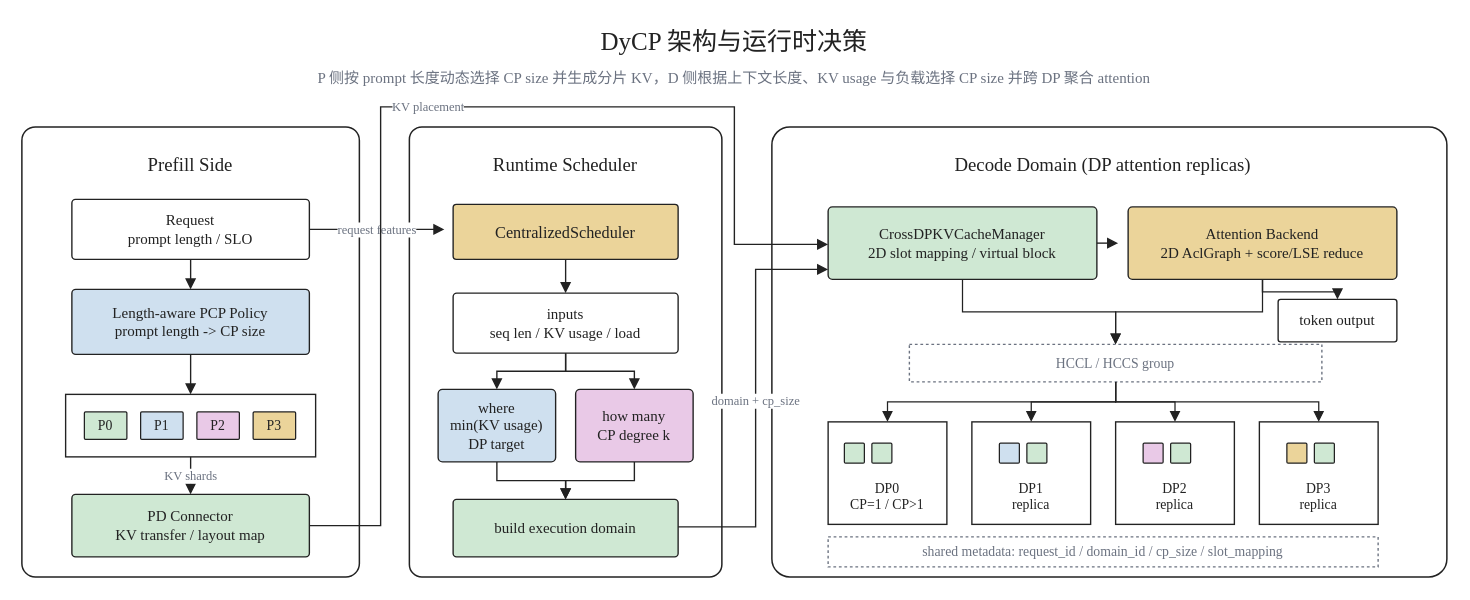
Before: Drawio/fig-dycp-system-architecture.drawio in Kurumi5210/ucasproposal, a draw.io diagram. Source tidied: cells renumbered, new cells numbered last; positions are measured from the earlier drawing's top-left corner, leaving out a move shared by most shapes. Both pictures are drawn from the tidied source at 125%, with x=0, y=0 at pixel (21, 21).
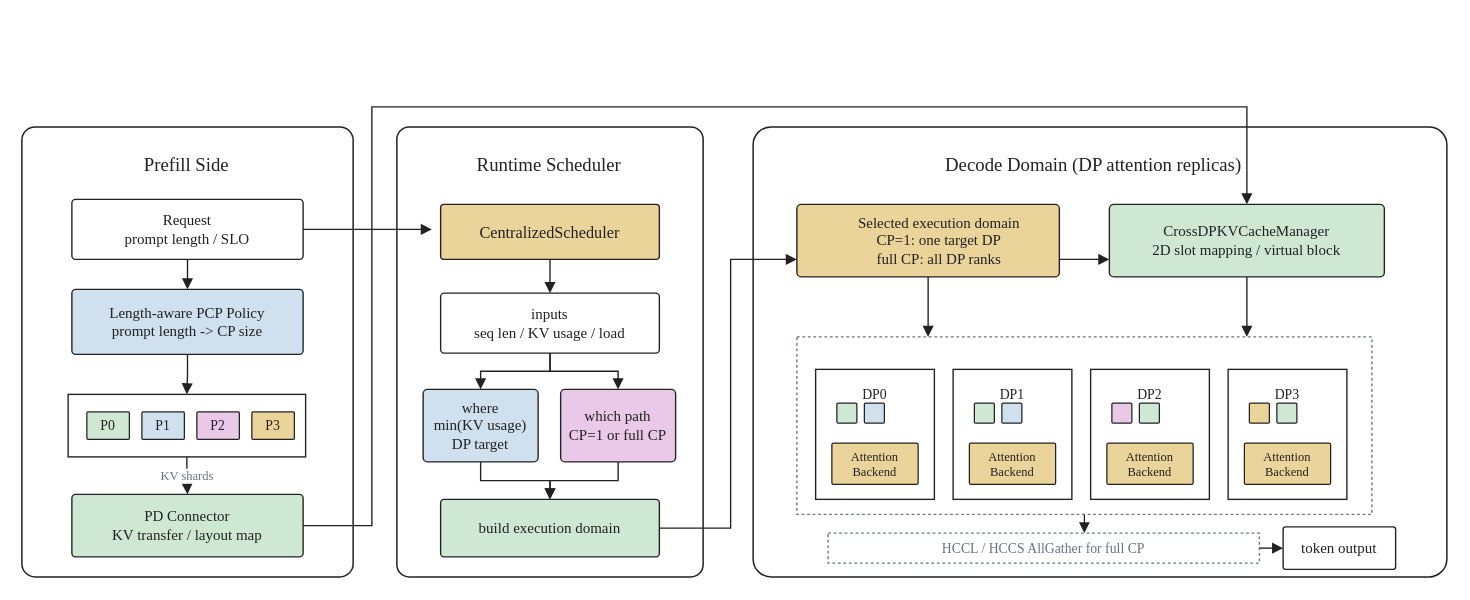
Above is the later version.

Diff of the diagram source:
```diff
@@
-    <mxCell id="2" value="DyCP 架构与运行时决策" style="text;html=1;strokeColor=none;fillColor=none;align=center;verticalAlign=middle;whiteSpace=wrap;fontSize=20;fontFamily=Times New Roman;fontColor=#222222;" parent="1" vertex="1">
-      <mxGeometry x="370" width="400" height="30" as="geometry" />
-    </mxCell>
-    <mxCell id="3" value="P 侧按 prompt 长度动态选择 CP size 并生成分片 KV，D 侧根据上下文长度、KV usage 与负载选择 CP size 并跨 DP 聚合 attention" style="text;html=1;strokeColor=none;fillColor=none;align=center;verticalAlign=middle;whiteSpace=wrap;fontSize=12;fontFamily=Times New Roman;fontColor=#6B7280;" parent="1" vertex="1">
-      <mxGeometry x="185" y="34" width="770" height="22" as="geometry" />
-    </mxCell>
     <mxCell id="4" style="rounded=1;arcSize=4;whiteSpace=wrap;html=1;fillColor=#FFFFFF;strokeColor=#222222;strokeWidth=1.2;" parent="1" vertex="1">
-      <mxGeometry y="84" width="270" height="360" as="geometry" />
+      <mxGeometry y="84" width="265" height="360" as="geometry" />
     </mxCell>
     <mxCell id="5" value="Prefill Side" style="text;html=1;strokeColor=none;fillColor=none;align=center;verticalAlign=middle;whiteSpace=wrap;fontSize=15;fontFamily=Times New Roman;fontColor=#222222;" parent="1" vertex="1">
-      <mxGeometry x="60" y="102" width="150" height="24" as="geometry" />
+      <mxGeometry x="57" y="102" width="150" height="24" as="geometry" />
     </mxCell>
     <mxCell id="6" value="Request&lt;br&gt;prompt length / SLO" style="rounded=1;arcSize=6;whiteSpace=wrap;html=1;fillColor=#FFFFFF;strokeColor=#222222;strokeWidth=1.1;fontSize=12;fontFamily=Times New Roman;fontColor=#222222;" parent="1" vertex="1">
-      <mxGeometry x="40" y="142" width="190" height="48" as="geometry" />
+      <mxGeometry x="40" y="142" width="185" height="48" as="geometry" />
     </mxCell>
     <mxCell id="7" value="Length-aware PCP Policy&lt;br&gt;prompt length -&gt; CP size" style="rounded=1;arcSize=6;whiteSpace=wrap;html=1;fillColor=#CFE0EF;strokeColor=#222222;strokeWidth=1.1;fontSize=12;fontFamily=Times New Roman;fontColor=#222222;" parent="1" vertex="1">
-      <mxGeometry x="40" y="214" width="190" height="52" as="geometry" />
+      <mxGeometry x="40" y="214" width="185" height="52" as="geometry" />
     </mxCell>
     <mxCell id="8" style="rounded=0;whiteSpace=wrap;html=1;fillColor=#FFFFFF;strokeColor=#222222;strokeWidth=1.1;" parent="1" vertex="1">
-      <mxGeometry x="35" y="298" width="200" height="50" as="geometry" />
+      <mxGeometry x="37" y="298" width="190" height="50" as="geometry" />
     </mxCell>
     <mxCell id="9" value="P0" style="rounded=1;arcSize=4;whiteSpace=wrap;html=1;fillColor=#CFE8D3;strokeColor=#222222;strokeWidth=1.0;fontSize=11;fontFamily=Times New Roman;fontColor=#222222;" parent="1" vertex="1">
-      <mxGeometry x="50" y="312" width="34" height="22" as="geometry" />
+      <mxGeometry x="52" y="312" width="34" height="22" as="geometry" />
     </mxCell>
     <mxCell id="10" value="P1" style="rounded=1;arcSize=4;whiteSpace=wrap;html=1;fillColor=#CFE0EF;strokeColor=#222222;strokeWidth=1.0;fontSize=11;fontFamily=Times New Roman;fontColor=#222222;" parent="1" vertex="1">
-      <mxGeometry x="95" y="312" width="34" height="22" as="geometry" />
+      <mxGeometry x="96" y="312" width="34" height="22" as="geometry" />
     </mxCell>
@@
     <mxCell id="12" value="P3" style="rounded=1;arcSize=4;whiteSpace=wrap;html=1;fillColor=#EBD49A;strokeColor=#222222;strokeWidth=1.0;fontSize=11;fontFamily=Times New Roman;fontColor=#222222;" parent="1" vertex="1">
-      <mxGeometry x="185" y="312" width="34" height="22" as="geometry" />
+      <mxGeometry x="184" y="312" width="34" height="22" as="geometry" />
     </mxCell>
     <mxCell id="13" value="PD Connector&lt;br&gt;KV transfer / layout map" style="rounded=1;arcSize=6;whiteSpace=wrap;html=1;fillColor=#CFE8D3;strokeColor=#222222;strokeWidth=1.1;fontSize=12;fontFamily=Times New Roman;fontColor=#222222;" parent="1" vertex="1">
-      <mxGeometry x="40" y="378" width="190" height="50" as="geometry" />
+      <mxGeometry x="40" y="378" width="185" height="50" as="geometry" />
     </mxCell>
     <mxCell id="14" style="rounded=1;arcSize=4;whiteSpace=wrap;html=1;fillColor=#FFFFFF;strokeColor=#222222;strokeWidth=1.2;" parent="1" vertex="1">
-      <mxGeometry x="310" y="84" width="250" height="360" as="geometry" />
+      <mxGeometry x="300" y="84" width="245" height="360" as="geometry" />
     </mxCell>
     <mxCell id="15" value="Runtime Scheduler" style="text;html=1;strokeColor=none;fillColor=none;align=center;verticalAlign=middle;whiteSpace=wrap;fontSize=15;fontFamily=Times New Roman;fontColor=#222222;" parent="1" vertex="1">
-      <mxGeometry x="355" y="102" width="160" height="24" as="geometry" />
+      <mxGeometry x="342" y="102" width="160" height="24" as="geometry" />
     </mxCell>
     <mxCell id="16" value="CentralizedScheduler" style="rounded=1;arcSize=6;whiteSpace=wrap;html=1;fillColor=#EBD49A;strokeColor=#222222;strokeWidth=1.1;fontSize=13;fontFamily=Times New Roman;fontColor=#222222;" parent="1" vertex="1">
-      <mxGeometry x="345" y="146" width="180" height="44" as="geometry" />
+      <mxGeometry x="335" y="146" width="175" height="44" as="geometry" />
     </mxCell>
     <mxCell id="17" value="inputs&lt;br&gt;seq len / KV usage / load" style="rounded=1;arcSize=6;whiteSpace=wrap;html=1;fillColor=#FFFFFF;strokeColor=#222222;strokeWidth=1.1;fontSize=12;fontFamily=Times New Roman;fontColor=#222222;" parent="1" vertex="1">
-      <mxGeometry x="345" y="217" width="180" height="48" as="geometry" />
+      <mxGeometry x="335" y="217" width="175" height="48" as="geometry" />
     </mxCell>
-    <mxCell id="18" value="where&lt;br&gt;min(KV usage) DP target" style="rounded=1;arcSize=6;whiteSpace=wrap;html=1;fillColor=#CFE0EF;strokeColor=#222222;strokeWidth=1.1;fontSize=12;fontFamily=Times New Roman;fontColor=#222222;" parent="1" vertex="1">
-      <mxGeometry x="333" y="294" width="94" height="58" as="geometry" />
+    <mxCell id="18" value="where&lt;br&gt;min(KV usage)&lt;br&gt;DP target" style="rounded=1;arcSize=6;whiteSpace=wrap;html=1;fillColor=#CFE0EF;strokeColor=#222222;strokeWidth=1.1;fontSize=12;fontFamily=Times New Roman;fontColor=#222222;" parent="1" vertex="1">
+      <mxGeometry x="321" y="294" width="92" height="58" as="geometry" />
     </mxCell>
-    <mxCell id="19" value="how many&lt;br&gt;CP degree k" style="rounded=1;arcSize=6;whiteSpace=wrap;html=1;fillColor=#E9C9E7;strokeColor=#222222;strokeWidth=1.1;fontSize=12;fontFamily=Times New Roman;fontColor=#222222;" parent="1" vertex="1">
-      <mxGeometry x="443" y="294" width="94" height="58" as="geometry" />
+    <mxCell id="19" value="which path&lt;br&gt;CP=1 or full CP" style="rounded=1;arcSize=6;whiteSpace=wrap;html=1;fillColor=#E9C9E7;strokeColor=#222222;strokeWidth=1.1;fontSize=12;fontFamily=Times New Roman;fontColor=#222222;" parent="1" vertex="1">
+      <mxGeometry x="431" y="294" width="92" height="58" as="geometry" />
     </mxCell>
     <mxCell id="20" value="build execution domain" style="rounded=1;arcSize=6;whiteSpace=wrap;html=1;fillColor=#CFE8D3;strokeColor=#222222;strokeWidth=1.1;fontSize=12;fontFamily=Times New Roman;fontColor=#222222;" parent="1" vertex="1">
-      <mxGeometry x="345" y="382" width="180" height="46" as="geometry" />
+      <mxGeometry x="335" y="382" width="175" height="46" as="geometry" />
     </mxCell>
     <mxCell id="21" style="rounded=1;arcSize=4;whiteSpace=wrap;html=1;fillColor=#FFFFFF;strokeColor=#222222;strokeWidth=1.2;" parent="1" vertex="1">
-      <mxGeometry x="600" y="84" width="540" height="360" as="geometry" />
+      <mxGeometry x="585" y="84" width="555" height="360" as="geometry" />
     </mxCell>
     <mxCell id="22" value="Decode Domain (DP attention replicas)" style="text;html=1;strokeColor=none;fillColor=none;align=center;verticalAlign=middle;whiteSpace=wrap;fontSize=15;fontFamily=Times New Roman;fontColor=#222222;" parent="1" vertex="1">
-      <mxGeometry x="725" y="102" width="280" height="24" as="geometry" />
+      <mxGeometry x="715" y="102" width="285" height="24" as="geometry" />
     </mxCell>
+    <mxCell id="59" value="Selected execution domain&lt;br&gt;CP=1: one target DP&lt;br&gt;full CP: all DP ranks" style="rounded=1;arcSize=6;whiteSpace=wrap;html=1;fillColor=#EBD49A;strokeColor=#222222;strokeWidth=1.1;fontSize=12;fontFamily=Times New Roman;fontColor=#222222;spacingLeft=18;" parent="1" vertex="1">
+      <mxGeometry x="620" y="146" width="210" height="58" as="geometry" />
+    </mxCell>
     <mxCell id="23" value="CrossDPKVCacheManager&lt;br&gt;2D slot mapping / virtual block" style="rounded=1;arcSize=6;whiteSpace=wrap;html=1;fillColor=#CFE8D3;strokeColor=#222222;strokeWidth=1.1;fontSize=12;fontFamily=Times New Roman;fontColor=#222222;" parent="1" vertex="1">
-      <mxGeometry x="645" y="148" width="215" height="58" as="geometry" />
+      <mxGeometry x="870" y="146" width="220" height="58" as="geometry" />
     </mxCell>
-    <mxCell id="24" value="Attention Backend&lt;br&gt;2D AclGraph + score/LSE reduce" style="rounded=1;arcSize=6;whiteSpace=wrap;html=1;fillColor=#EBD49A;strokeColor=#222222;strokeWidth=1.1;fontSize=12;fontFamily=Times New Roman;fontColor=#222222;" parent="1" vertex="1">
-      <mxGeometry x="885" y="148" width="215" height="58" as="geometry" />
-    </mxCell>
-    <mxCell id="25" value="HCCL / HCCS group" style="rounded=0;whiteSpace=wrap;html=1;fillColor=#FFFFFF;strokeColor=#6B7280;dashed=1;dashPattern=2 2;strokeWidth=1.1;fontSize=11;fontFamily=Times New Roman;fontColor=#6B7280;" parent="1" vertex="1">
-      <mxGeometry x="710" y="258" width="330" height="30" as="geometry" />
-    </mxCell>
+    <mxCell id="60" style="rounded=0;whiteSpace=wrap;html=1;fillColor=#FFFFFF;strokeColor=#6B7280;dashed=1;dashPattern=2 2;strokeWidth=1.1;fontSize=11;fontFamily=Times New Roman;fontColor=#6B7280;verticalAlign=top;spacingTop=3;" parent="1" vertex="1">
+      <mxGeometry x="620" y="252" width="460" height="142" as="geometry" />
+    </mxCell>
-    <mxCell id="26" value="DP0&lt;br&gt;CP=1 / CP&gt;1" style="rounded=0;whiteSpace=wrap;html=1;fillColor=#FFFFFF;strokeColor=#222222;strokeWidth=1.1;fontSize=11;fontFamily=Times New Roman;fontColor=#222222;verticalAlign=bottom;spacingBottom=7;" parent="1" vertex="1">
-      <mxGeometry x="645" y="320" width="95" height="82" as="geometry" />
+    <mxCell id="26" value="DP0" style="rounded=0;whiteSpace=wrap;html=1;fillColor=#FFFFFF;strokeColor=#222222;strokeWidth=1.1;fontSize=11;fontFamily=Times New Roman;fontColor=#222222;verticalAlign=top;spacingTop=7;" parent="1" vertex="1">
+      <mxGeometry x="635" y="278" width="95" height="104" as="geometry" />
     </mxCell>
-    <mxCell id="27" value="DP1&lt;br&gt;replica" style="rounded=0;whiteSpace=wrap;html=1;fillColor=#FFFFFF;strokeColor=#222222;strokeWidth=1.1;fontSize=11;fontFamily=Times New Roman;fontColor=#222222;verticalAlign=bottom;spacingBottom=7;" parent="1" vertex="1">
-      <mxGeometry x="760" y="320" width="95" height="82" as="geometry" />
+    <mxCell id="27" value="DP1" style="rounded=0;whiteSpace=wrap;html=1;fillColor=#FFFFFF;strokeColor=#222222;strokeWidth=1.1;fontSize=11;fontFamily=Times New Roman;fontColor=#222222;verticalAlign=top;spacingTop=7;" parent="1" vertex="1">
+      <mxGeometry x="745" y="278" width="95" height="104" as="geometry" />
     </mxCell>
-    <mxCell id="28" value="DP2&lt;br&gt;replica" style="rounded=0;whiteSpace=wrap;html=1;fillColor=#FFFFFF;strokeColor=#222222;strokeWidth=1.1;fontSize=11;fontFamily=Times New Roman;fontColor=#222222;verticalAlign=bottom;spacingBottom=7;" parent="1" vertex="1">
-      <mxGeometry x="875" y="320" width="95" height="82" as="geometry" />
+    <mxCell id="28" value="DP2" style="rounded=0;whiteSpace=wrap;html=1;fillColor=#FFFFFF;strokeColor=#222222;strokeWidth=1.1;fontSize=11;fontFamily=Times New Roman;fontColor=#222222;verticalAlign=top;spacingTop=7;" parent="1" vertex="1">
+      <mxGeometry x="855" y="278" width="95" height="104" as="geometry" />
     </mxCell>
-    <mxCell id="29" value="DP3&lt;br&gt;replica" style="rounded=0;whiteSpace=wrap;html=1;fillColor=#FFFFFF;strokeColor=#222222;strokeWidth=1.1;fontSize=11;fontFamily=Times New Roman;fontColor=#222222;verticalAlign=bottom;spacingBottom=7;" parent="1" vertex="1">
-      <mxGeometry x="990" y="320" width="95" height="82" as="geometry" />
+    <mxCell id="29" value="DP3" style="rounded=0;whiteSpace=wrap;html=1;fillColor=#FFFFFF;strokeColor=#222222;strokeWidth=1.1;fontSize=11;fontFamily=Times New Roman;fontColor=#222222;verticalAlign=top;spacingTop=7;" parent="1" vertex="1">
+      <mxGeometry x="965" y="278" width="95" height="104" as="geometry" />
     </mxCell>
     <mxCell id="30" style="rounded=1;arcSize=6;whiteSpace=wrap;html=1;fillColor=#CFE8D3;strokeColor=#222222;strokeWidth=1.0;" parent="1" vertex="1">
-      <mxGeometry x="658" y="337" width="16" height="16" as="geometry" />
+      <mxGeometry x="652" y="305" width="16" height="16" as="geometry" />
     </mxCell>
-    <mxCell id="31" style="rounded=1;arcSize=6;whiteSpace=wrap;html=1;fillColor=#CFE8D3;strokeColor=#222222;strokeWidth=1.0;" parent="1" vertex="1">
-      <mxGeometry x="680" y="337" width="16" height="16" as="geometry" />
+    <mxCell id="31" style="rounded=1;arcSize=6;whiteSpace=wrap;html=1;fillColor=#CFE0EF;strokeColor=#222222;strokeWidth=1.0;" parent="1" vertex="1">
+      <mxGeometry x="674" y="305" width="16" height="16" as="geometry" />
     </mxCell>
-    <mxCell id="32" style="rounded=1;arcSize=6;whiteSpace=wrap;html=1;fillColor=#CFE0EF;strokeColor=#222222;strokeWidth=1.0;" parent="1" vertex="1">
-      <mxGeometry x="782" y="337" width="16" height="16" as="geometry" />
+    <mxCell id="32" style="rounded=1;arcSize=6;whiteSpace=wrap;html=1;fillColor=#CFE8D3;strokeColor=#222222;strokeWidth=1.0;" parent="1" vertex="1">
+      <mxGeometry x="762" y="305" width="16" height="16" as="geometry" />
     </mxCell>
-    <mxCell id="33" style="rounded=1;arcSize=6;whiteSpace=wrap;html=1;fillColor=#CFE8D3;strokeColor=#222222;strokeWidth=1.0;" parent="1" vertex="1">
-      <mxGeometry x="804" y="337" width="16" height="16" as="geometry" />
+    <mxCell id="33" style="rounded=1;arcSize=6;whiteSpace=wrap;html=1;fillColor=#CFE0EF;strokeColor=#222222;strokeWidth=1.0;" parent="1" vertex="1">
+      <mxGeometry x="784" y="305" width="16" height="16" as="geometry" />
     </mxCell>
     <mxCell id="34" style="rounded=1;arcSize=6;whiteSpace=wrap;html=1;fillColor=#E9C9E7;strokeColor=#222222;strokeWidth=1.0;" parent="1" vertex="1">
-      <mxGeometry x="897" y="337" width="16" height="16" as="geometry" />
+      <mxGeometry x="872" y="305" width="16" height="16" as="geometry" />
     </mxCell>
     <mxCell id="35" style="rounded=1;arcSize=6;whiteSpace=wrap;html=1;fillColor=#CFE8D3;strokeColor=#222222;strokeWidth=1.0;" parent="1" vertex="1">
-      <mxGeometry x="919" y="337" width="16" height="16" as="geometry" />
+      <mxGeometry x="894" y="305" width="16" height="16" as="geometry" />
     </mxCell>
     <mxCell id="36" style="rounded=1;arcSize=6;whiteSpace=wrap;html=1;fillColor=#EBD49A;strokeColor=#222222;strokeWidth=1.0;" parent="1" vertex="1">
-      <mxGeometry x="1012" y="337" width="16" height="16" as="geometry" />
+      <mxGeometry x="982" y="305" width="16" height="16" as="geometry" />
     </mxCell>
     <mxCell id="37" style="rounded=1;arcSize=6;whiteSpace=wrap;html=1;fillColor=#CFE8D3;strokeColor=#222222;strokeWidth=1.0;" parent="1" vertex="1">
-      <mxGeometry x="1034" y="337" width="16" height="16" as="geometry" />
+      <mxGeometry x="1004" y="305" width="16" height="16" as="geometry" />
     </mxCell>
-    <mxCell id="38" value="shared metadata: request_id / domain_id / cp_size / slot_mapping" style="rounded=0;whiteSpace=wrap;html=1;fillColor=#FFFFFF;strokeColor=#6B7280;dashed=1;dashPattern=2 2;strokeWidth=1.1;fontSize=11;fontFamily=Times New Roman;fontColor=#6B7280;" parent="1" vertex="1">
-      <mxGeometry x="645" y="412" width="440" height="24" as="geometry" />
-    </mxCell>
+    <mxCell id="61" value="Attention&lt;br&gt;Backend" style="rounded=1;arcSize=4;whiteSpace=wrap;html=1;fillColor=#EBD49A;strokeColor=#222222;strokeWidth=1.0;fontSize=10;fontFamily=Times New Roman;fontColor=#222222;" parent="1" vertex="1">
+      <mxGeometry x="648" y="337" width="69" height="33" as="geometry" />
+    </mxCell>
+    <mxCell id="62" value="Attention&lt;br&gt;Backend" style="rounded=1;arcSize=4;whiteSpace=wrap;html=1;fillColor=#EBD49A;strokeColor=#222222;strokeWidth=1.0;fontSize=10;fontFamily=Times New Roman;fontColor=#222222;" parent="1" vertex="1">
+      <mxGeometry x="758" y="337" width="69" height="33" as="geometry" />
+    </mxCell>
+    <mxCell id="63" value="Attention&lt;br&gt;Backend" style="rounded=1;arcSize=4;whiteSpace=wrap;html=1;fillColor=#EBD49A;strokeColor=#222222;strokeWidth=1.0;fontSize=10;fontFamily=Times New Roman;fontColor=#222222;" parent="1" vertex="1">
+      <mxGeometry x="868" y="337" width="69" height="33" as="geometry" />
+    </mxCell>
+    <mxCell id="64" value="Attention&lt;br&gt;Backend" style="rounded=1;arcSize=4;whiteSpace=wrap;html=1;fillColor=#EBD49A;strokeColor=#222222;strokeWidth=1.0;fontSize=10;fontFamily=Times New Roman;fontColor=#222222;" parent="1" vertex="1">
+      <mxGeometry x="978" y="337" width="69" height="33" as="geometry" />
+    </mxCell>
+    <mxCell id="25" value="HCCL / HCCS AllGather for full CP" style="rounded=0;whiteSpace=wrap;html=1;fillColor=#FFFFFF;strokeColor=#6B7280;dashed=1;dashPattern=2 2;strokeWidth=1.1;fontSize=11;fontFamily=Times New Roman;fontColor=#6B7280;" parent="1" vertex="1">
+      <mxGeometry x="645" y="409" width="345" height="24" as="geometry" />
+    </mxCell>
     <mxCell id="39" value="token output" style="rounded=1;arcSize=6;whiteSpace=wrap;html=1;fillColor=#FFFFFF;strokeColor=#222222;strokeWidth=1.1;fontSize=12;fontFamily=Times New Roman;fontColor=#222222;" parent="1" vertex="1">
-      <mxGeometry x="1005" y="222" width="95" height="34" as="geometry" />
+      <mxGeometry x="1009" y="404" width="90" height="34" as="geometry" />
     </mxCell>
@@
-    <mxCell id="43" value="request features" style="endArrow=block;html=1;rounded=0;strokeWidth=1.1;strokeColor=#222222;fontSize=10;fontFamily=Times New Roman;fontColor=#6B7280;" parent="1" edge="1">
+    <mxCell id="43" style="endArrow=block;html=1;rounded=0;strokeWidth=1.1;strokeColor=#222222;fontSize=10;fontFamily=Times New Roman;fontColor=#6B7280;" parent="1" edge="1">
       <mxGeometry relative="1" as="geometry">
-        <mxPoint x="230" y="166" as="sourcePoint" />
-        <mxPoint x="338" y="166" as="targetPoint" />
+        <mxPoint x="225" y="166" as="sourcePoint" />
+        <mxPoint x="328" y="166" as="targetPoint" />
       </mxGeometry>
     </mxCell>
@@
-    <mxCell id="49" value="domain + cp_size" style="endArrow=block;html=1;rounded=0;strokeWidth=1.1;strokeColor=#222222;fontSize=10;fontFamily=Times New Roman;fontColor=#6B7280;" parent="1" edge="1">
-      <mxGeometry relative="1" as="geometry">
-        <mxPoint x="525" y="404" as="sourcePoint" />
-        <mxPoint x="645" y="198" as="targetPoint" />
-        <Array as="points">
-          <mxPoint x="587" y="404" />
-          <mxPoint x="587" y="198" />
-        </Array>
-      </mxGeometry>
-    </mxCell>
+    <mxCell id="65" style="endArrow=block;html=1;rounded=0;strokeWidth=1.1;strokeColor=#222222;fontSize=10;fontFamily=Times New Roman;fontColor=#6B7280;" parent="1" edge="1">
+      <mxGeometry relative="1" as="geometry">
+        <mxPoint x="510" y="405" as="sourcePoint" />
+        <mxPoint x="620" y="190" as="targetPoint" />
+        <Array as="points">
+          <mxPoint x="567" y="405" />
+          <mxPoint x="567" y="190" />
+        </Array>
+      </mxGeometry>
+    </mxCell>
-    <mxCell id="50" value="KV placement" style="endArrow=block;html=1;rounded=0;strokeWidth=1.1;strokeColor=#222222;fontSize=10;fontFamily=Times New Roman;fontColor=#6B7280;" parent="1" edge="1">
+    <mxCell id="50" style="endArrow=block;html=1;rounded=0;strokeWidth=1.1;strokeColor=#222222;fontSize=10;fontFamily=Times New Roman;fontColor=#6B7280;" parent="1" edge="1">
       <mxGeometry relative="1" as="geometry">
-        <mxPoint x="230" y="403" as="sourcePoint" />
-        <mxPoint x="645" y="178" as="targetPoint" />
+        <mxPoint x="225" y="403" as="sourcePoint" />
+        <mxPoint x="980" y="146" as="targetPoint" />
         <Array as="points">
-          <mxPoint x="287" y="403" />
-          <mxPoint x="287" y="68" />
-          <mxPoint x="570" y="68" />
-          <mxPoint x="570" y="178" />
+          <mxPoint x="280" y="403" />
+          <mxPoint x="280" y="68" />
+          <mxPoint x="980" y="68" />
         </Array>
       </mxGeometry>
     </mxCell>
-    <mxCell id="51" style="endArrow=block;html=1;rounded=0;strokeWidth=1.1;strokeColor=#222222;" parent="1" edge="1">
-      <mxGeometry relative="1" as="geometry">
-        <mxPoint x="860" y="177" as="sourcePoint" />
-        <mxPoint x="877" y="177" as="targetPoint" />
-      </mxGeometry>
-    </mxCell>
-    <mxCell id="52" style="edgeStyle=orthogonalEdgeStyle;rounded=0;html=1;endArrow=block;strokeColor=#222222;strokeWidth=1.1;" parent="1" edge="1" source="24" target="39">
-      <mxGeometry relative="1" as="geometry" />
-    </mxCell>
-    <mxCell id="53" style="edgeStyle=orthogonalEdgeStyle;rounded=0;html=1;endArrow=block;strokeColor=#222222;strokeWidth=1.0;" parent="1" edge="1" source="25" target="26">
-      <mxGeometry relative="1" as="geometry" />
-    </mxCell>
-    <mxCell id="54" style="edgeStyle=orthogonalEdgeStyle;rounded=0;html=1;endArrow=block;strokeColor=#222222;strokeWidth=1.0;" parent="1" edge="1" source="25" target="27">
-      <mxGeometry relative="1" as="geometry" />
-    </mxCell>
-    <mxCell id="55" style="edgeStyle=orthogonalEdgeStyle;rounded=0;html=1;endArrow=block;strokeColor=#222222;strokeWidth=1.0;" parent="1" edge="1" source="25" target="28">
-      <mxGeometry relative="1" as="geometry" />
-    </mxCell>
-    <mxCell id="56" style="edgeStyle=orthogonalEdgeStyle;rounded=0;html=1;endArrow=block;strokeColor=#222222;strokeWidth=1.0;" parent="1" edge="1" source="25" target="29">
-      <mxGeometry relative="1" as="geometry" />
-    </mxCell>
-    <mxCell id="57" style="edgeStyle=orthogonalEdgeStyle;rounded=0;html=1;endArrow=block;strokeColor=#222222;strokeWidth=1.0;" parent="1" edge="1" source="23" target="25">
-      <mxGeometry relative="1" as="geometry" />
-    </mxCell>
-    <mxCell id="58" style="edgeStyle=orthogonalEdgeStyle;rounded=0;html=1;endArrow=block;strokeColor=#222222;strokeWidth=1.0;" parent="1" edge="1" source="24" target="25">
-      <mxGeometry relative="1" as="geometry" />
-    </mxCell>
+    <mxCell id="66" style="endArrow=block;html=1;rounded=0;strokeWidth=1.1;strokeColor=#222222;" parent="1" edge="1">
+      <mxGeometry relative="1" as="geometry">
+        <mxPoint x="830" y="190" as="sourcePoint" />
+        <mxPoint x="870" y="190" as="targetPoint" />
+      </mxGeometry>
+    </mxCell>
+    <mxCell id="67" style="endArrow=block;html=1;rounded=0;strokeWidth=1.1;strokeColor=#222222;fontSize=10;fontFamily=Times New Roman;fontColor=#6B7280;" parent="1" edge="1">
+      <mxGeometry relative="1" as="geometry">
+        <mxPoint x="725" y="204" as="sourcePoint" />
+        <mxPoint x="725" y="252" as="targetPoint" />
+      </mxGeometry>
+    </mxCell>
+    <mxCell id="68" style="endArrow=block;html=1;rounded=0;strokeWidth=1.1;strokeColor=#222222;fontSize=10;fontFamily=Times New Roman;fontColor=#6B7280;" parent="1" edge="1">
+      <mxGeometry relative="1" as="geometry">
+        <mxPoint x="980" y="204" as="sourcePoint" />
+        <mxPoint x="980" y="252" as="targetPoint" />
+      </mxGeometry>
+    </mxCell>
+    <mxCell id="69" style="endArrow=block;html=1;rounded=0;strokeWidth=1.0;strokeColor=#222222;fontSize=10;fontFamily=Times New Roman;fontColor=#6B7280;" parent="1" edge="1">
+      <mxGeometry relative="1" as="geometry">
+        <mxPoint x="850" y="394" as="sourcePoint" />
+        <mxPoint x="850" y="409" as="targetPoint" />
+      </mxGeometry>
+    </mxCell>
+    <mxCell id="70" style="endArrow=block;html=1;rounded=0;strokeWidth=1.1;strokeColor=#222222;" parent="1" edge="1" source="25" target="39">
+      <mxGeometry relative="1" as="geometry" />
+    </mxCell>
```
